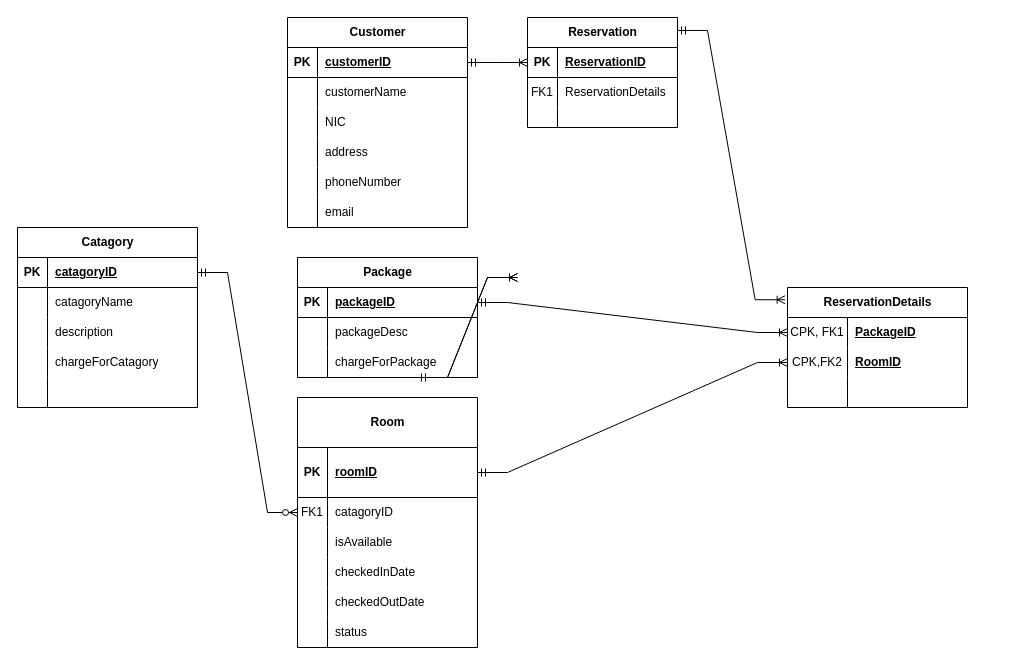
Before: relationalDataModel.drawio in ViyathAraliya/CMJD105_CourseWork02_ViyathAraliya, a draw.io diagram. Source tidied: cells renumbered, new cells numbered last; positions are measured from the earlier drawing's top-left corner, leaving out a move shared by most shapes. Both pictures are drawn from the tidied source at 100%, with x=0, y=0 at pixel (17, 17).
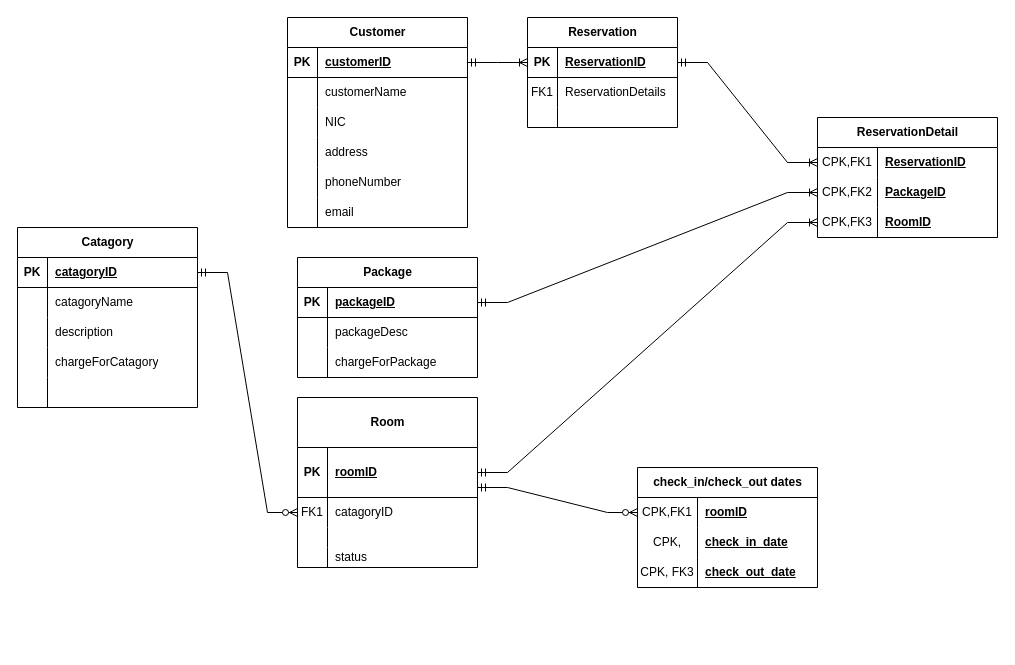
The same page after the edit.

Commit message:
changed relational data model, room has many check in and check out dates

The change refers to these unchanged cells:
```xml
<mxCell id="2" value="Reservation" style="shape=table;startSize=30;childLayout=tableLayout;rowLines=0;fontStyle=1;align=center;html=1;" parent="1" vertex="1">
  <mxGeometry x="510" width="150" height="110" as="geometry" />
</mxCell>
<mxCell id="3" style="shape=tableRow;horizontal=0;startSize=0;swimlaneHead=0;swimlaneBody=0;fillColor=none;points=[[0,0.5],[1,0.5]];portConstraint=eastwest;top=0;left=0;right=0;bottom=1;" parent="2" vertex="1">
  <mxGeometry y="30" width="150" height="30" as="geometry" />
</mxCell>
<mxCell id="48" style="shape=tableRow;horizontal=0;startSize=0;swimlaneHead=0;swimlaneBody=0;fillColor=none;points=[[0,0.5],[1,0.5]];portConstraint=eastwest;top=0;left=0;right=0;bottom=1;" parent="47" vertex="1">
  <mxGeometry y="30" width="180" height="30" as="geometry" />
</mxCell>
<mxCell id="68" style="shape=tableRow;horizontal=0;startSize=0;swimlaneHead=0;swimlaneBody=0;fillColor=none;points=[[0,0.5],[1,0.5]];portConstraint=eastwest;top=0;left=0;right=0;bottom=1;" parent="67" vertex="1">
  <mxGeometry y="50" width="180" height="50" as="geometry" />
</mxCell>
```

Change to the diagram source:
```diff
@@
-    <mxCell id="57" value="ReservationDetails" style="shape=table;startSize=30;childLayout=tableLayout;rowLines=0;fontStyle=1;align=center;html=1;" parent="1" vertex="1">
-      <mxGeometry x="770" y="270" width="180" height="120" as="geometry" />
-    </mxCell>
-    <mxCell id="58" style="shape=tableRow;horizontal=0;startSize=0;swimlaneHead=0;swimlaneBody=0;fillColor=none;points=[[0,0.5],[1,0.5]];portConstraint=eastwest;top=0;left=0;right=0;bottom=0;" parent="57" vertex="1">
-      <mxGeometry y="30" width="180" height="30" as="geometry" />
-    </mxCell>
-    <mxCell id="59" value="CPK, FK1" style="shape=partialRectangle;fillColor=none;top=0;left=0;bottom=0;right=0;overflow=hidden;whiteSpace=wrap;html=1;" parent="58" vertex="1">
-      <mxGeometry width="60" height="30" as="geometry" />
-    </mxCell>
-    <mxCell id="60" value="&lt;b&gt;&lt;u&gt;PackageID&lt;/u&gt;&lt;/b&gt;" style="shape=partialRectangle;fillColor=none;top=0;left=0;bottom=0;right=0;align=left;spacingLeft=6;overflow=hidden;whiteSpace=wrap;html=1;" parent="58" vertex="1">
-      <mxGeometry x="60" width="120" height="30" as="geometry" />
-    </mxCell>
-    <mxCell id="61" style="shape=tableRow;horizontal=0;startSize=0;swimlaneHead=0;swimlaneBody=0;fillColor=none;points=[[0,0.5],[1,0.5]];portConstraint=eastwest;top=0;left=0;right=0;bottom=0;" parent="57" vertex="1">
-      <mxGeometry y="60" width="180" height="30" as="geometry" />
-    </mxCell>
-    <mxCell id="62" value="CPK,FK2" style="shape=partialRectangle;fillColor=none;top=0;left=0;bottom=0;right=0;overflow=hidden;whiteSpace=wrap;html=1;" parent="61" vertex="1">
-      <mxGeometry width="60" height="30" as="geometry" />
-    </mxCell>
-    <mxCell id="63" value="&lt;u&gt;RoomID&lt;/u&gt;" style="shape=partialRectangle;fillColor=none;top=0;left=0;bottom=0;right=0;align=left;spacingLeft=6;overflow=hidden;whiteSpace=wrap;html=1;fontStyle=1;" parent="61" vertex="1">
-      <mxGeometry x="60" width="120" height="30" as="geometry" />
-    </mxCell>
-    <mxCell id="64" style="shape=tableRow;horizontal=0;startSize=0;swimlaneHead=0;swimlaneBody=0;fillColor=none;top=0;left=0;right=0;bottom=0;" parent="57" vertex="1">
-      <mxGeometry y="90" width="180" height="30" as="geometry" />
-    </mxCell>
-    <mxCell id="65" style="shape=partialRectangle;fillColor=none;top=0;left=0;bottom=0;right=0;overflow=hidden;whiteSpace=wrap;html=1;" parent="64" vertex="1">
-      <mxGeometry width="60" height="30" as="geometry" />
-    </mxCell>
-    <mxCell id="66" style="shape=partialRectangle;fillColor=none;top=0;left=0;bottom=0;right=0;align=left;spacingLeft=6;overflow=hidden;whiteSpace=wrap;html=1;" parent="64" vertex="1">
-      <mxGeometry x="60" width="120" height="30" as="geometry" />
-    </mxCell>
     <mxCell id="67" value="Room" style="shape=table;startSize=50;childLayout=tableLayout;rowLines=0;fontStyle=1;align=center;html=1;" parent="1" vertex="1">
-      <mxGeometry x="280" y="380" width="180" height="250" as="geometry" />
+      <mxGeometry x="280" y="380" width="180" height="170" as="geometry" />
     </mxCell>
@@
     <mxCell id="74" style="shape=tableRow;horizontal=0;startSize=0;swimlaneHead=0;swimlaneBody=0;fillColor=none;top=0;left=0;right=0;bottom=0;" parent="67" vertex="1">
-      <mxGeometry y="130" width="180" height="30" as="geometry" />
+      <mxGeometry y="130" width="180" height="20" as="geometry" />
     </mxCell>
     <mxCell id="75" style="shape=partialRectangle;fillColor=none;top=0;left=0;bottom=0;right=0;overflow=hidden;whiteSpace=wrap;html=1;" parent="74" vertex="1">
-      <mxGeometry width="30" height="30" as="geometry" />
+      <mxGeometry width="30" height="20" as="geometry" />
     </mxCell>
-    <mxCell id="76" value="isAvailable" style="shape=partialRectangle;fillColor=none;top=0;left=0;bottom=0;right=0;align=left;spacingLeft=6;overflow=hidden;whiteSpace=wrap;html=1;" parent="74" vertex="1">
-      <mxGeometry x="30" width="150" height="30" as="geometry" />
+    <mxCell id="76" style="shape=partialRectangle;fillColor=none;top=0;left=0;bottom=0;right=0;align=left;spacingLeft=6;overflow=hidden;whiteSpace=wrap;html=1;" parent="74" vertex="1">
+      <mxGeometry x="30" width="150" height="20" as="geometry" />
     </mxCell>
-    <mxCell id="77" style="shape=tableRow;horizontal=0;startSize=0;swimlaneHead=0;swimlaneBody=0;fillColor=none;top=0;left=0;right=0;bottom=0;" parent="67" vertex="1">
-      <mxGeometry y="160" width="180" height="30" as="geometry" />
-    </mxCell>
-    <mxCell id="78" style="shape=partialRectangle;fillColor=none;top=0;left=0;bottom=0;right=0;overflow=hidden;whiteSpace=wrap;html=1;" parent="77" vertex="1">
-      <mxGeometry width="30" height="30" as="geometry" />
-    </mxCell>
-    <mxCell id="79" value="checkedInDate" style="shape=partialRectangle;fillColor=none;top=0;left=0;bottom=0;right=0;align=left;spacingLeft=6;overflow=hidden;whiteSpace=wrap;html=1;" parent="77" vertex="1">
-      <mxGeometry x="30" width="150" height="30" as="geometry" />
-    </mxCell>
-    <mxCell id="80" style="shape=tableRow;horizontal=0;startSize=0;swimlaneHead=0;swimlaneBody=0;fillColor=none;top=0;left=0;right=0;bottom=0;" parent="67" vertex="1">
-      <mxGeometry y="190" width="180" height="30" as="geometry" />
-    </mxCell>
-    <mxCell id="81" style="shape=partialRectangle;fillColor=none;top=0;left=0;bottom=0;right=0;overflow=hidden;whiteSpace=wrap;html=1;" parent="80" vertex="1">
-      <mxGeometry width="30" height="30" as="geometry" />
-    </mxCell>
-    <mxCell id="82" value="checkedOutDate" style="shape=partialRectangle;fillColor=none;top=0;left=0;bottom=0;right=0;align=left;spacingLeft=6;overflow=hidden;whiteSpace=wrap;html=1;" parent="80" vertex="1">
-      <mxGeometry x="30" width="150" height="30" as="geometry" />
-    </mxCell>
     <mxCell id="83" style="shape=tableRow;horizontal=0;startSize=0;swimlaneHead=0;swimlaneBody=0;fillColor=none;top=0;left=0;right=0;bottom=0;" parent="67" vertex="1">
-      <mxGeometry y="220" width="180" height="30" as="geometry" />
+      <mxGeometry y="150" width="180" height="20" as="geometry" />
     </mxCell>
     <mxCell id="84" style="shape=partialRectangle;fillColor=none;top=0;left=0;bottom=0;right=0;overflow=hidden;whiteSpace=wrap;html=1;" parent="83" vertex="1">
-      <mxGeometry width="30" height="30" as="geometry" />
+      <mxGeometry width="30" height="20" as="geometry" />
     </mxCell>
     <mxCell id="85" value="status" style="shape=partialRectangle;fillColor=none;top=0;left=0;bottom=0;right=0;align=left;spacingLeft=6;overflow=hidden;whiteSpace=wrap;html=1;" parent="83" vertex="1">
-      <mxGeometry x="30" width="150" height="30" as="geometry" />
+      <mxGeometry x="30" width="150" height="20" as="geometry" />
     </mxCell>
@@
-    <mxCell id="87" style="edgeStyle=entityRelationEdgeStyle;fontSize=12;html=1;endArrow=ERoneToMany;startArrow=ERmandOne;rounded=0;exitX=1;exitY=0.118;exitDx=0;exitDy=0;exitPerimeter=0;entryX=-0.013;entryY=0.102;entryDx=0;entryDy=0;entryPerimeter=0;" parent="1" edge="1" source="2" target="57">
+    <mxCell id="87" style="edgeStyle=entityRelationEdgeStyle;fontSize=12;html=1;endArrow=ERoneToMany;startArrow=ERmandOne;rounded=0;exitX=1;exitY=0.5;exitDx=0;exitDy=0;entryX=0;entryY=0.5;entryDx=0;entryDy=0;" parent="1" edge="1" source="3" target="94">
       <mxGeometry relative="1" as="geometry" />
     </mxCell>
-    <mxCell id="88" style="edgeStyle=entityRelationEdgeStyle;fontSize=12;html=1;endArrow=ERoneToMany;startArrow=ERmandOne;rounded=0;exitX=1;exitY=0.5;exitDx=0;exitDy=0;entryX=0;entryY=0.5;entryDx=0;entryDy=0;" parent="1" edge="1" source="48" target="58">
+    <mxCell id="88" style="edgeStyle=entityRelationEdgeStyle;fontSize=12;html=1;endArrow=ERoneToMany;startArrow=ERmandOne;rounded=0;exitX=1;exitY=0.5;exitDx=0;exitDy=0;entryX=0;entryY=0.5;entryDx=0;entryDy=0;" parent="1" edge="1" source="48" target="97">
       <mxGeometry relative="1" as="geometry" />
     </mxCell>
-    <mxCell id="89" style="edgeStyle=entityRelationEdgeStyle;fontSize=12;html=1;endArrow=ERoneToMany;startArrow=ERmandOne;rounded=0;entryX=0;entryY=0.5;entryDx=0;entryDy=0;exitX=1;exitY=0.5;exitDx=0;exitDy=0;" parent="1" edge="1" source="68" target="61">
+    <mxCell id="89" style="edgeStyle=entityRelationEdgeStyle;fontSize=12;html=1;endArrow=ERoneToMany;startArrow=ERmandOne;rounded=0;entryX=0;entryY=0.5;entryDx=0;entryDy=0;exitX=1;exitY=0.5;exitDx=0;exitDy=0;" parent="1" edge="1" source="68" target="98">
       <mxGeometry relative="1" as="geometry" />
     </mxCell>
-    <mxCell id="90" style="edgeStyle=entityRelationEdgeStyle;fontSize=12;html=1;endArrow=ERoneToMany;startArrow=ERmandOne;rounded=0;" parent="1" edge="1">
-      <mxGeometry relative="1" as="geometry">
-        <mxPoint x="400" y="360" as="sourcePoint" />
-        <mxPoint x="500" y="260" as="targetPoint" />
-      </mxGeometry>
-    </mxCell>
-    <mxCell id="91" style="edgeStyle=entityRelationEdgeStyle;fontSize=12;html=1;endArrow=ERmany;rounded=0;" parent="1" edge="1">
-      <mxGeometry relative="1" as="geometry">
-        <mxPoint x="400" y="360" as="sourcePoint" />
-        <mxPoint x="500" y="260" as="targetPoint" />
-      </mxGeometry>
-    </mxCell>
@@
+    <mxCell id="93" value="ReservationDetail" style="shape=table;startSize=30;childLayout=tableLayout;rowLines=0;fontStyle=1;align=center;html=1;" parent="1" vertex="1">
+      <mxGeometry x="800" y="100" width="180" height="120" as="geometry" />
+    </mxCell>
+    <mxCell id="94" style="shape=tableRow;horizontal=0;startSize=0;swimlaneHead=0;swimlaneBody=0;fillColor=none;points=[[0,0.5],[1,0.5]];portConstraint=eastwest;top=0;left=0;right=0;bottom=0;" parent="93" vertex="1">
+      <mxGeometry y="30" width="180" height="30" as="geometry" />
+    </mxCell>
+    <mxCell id="95" value="CPK,FK1" style="shape=partialRectangle;fillColor=none;top=0;left=0;bottom=0;right=0;overflow=hidden;whiteSpace=wrap;html=1;" parent="94" vertex="1">
+      <mxGeometry width="60" height="30" as="geometry" />
+    </mxCell>
+    <mxCell id="96" value="&lt;b&gt;&lt;u&gt;ReservationID&lt;/u&gt;&lt;/b&gt;" style="shape=partialRectangle;fillColor=none;top=0;left=0;bottom=0;right=0;align=left;spacingLeft=6;overflow=hidden;whiteSpace=wrap;html=1;" parent="94" vertex="1">
+      <mxGeometry x="60" width="120" height="30" as="geometry" />
+    </mxCell>
+    <mxCell id="97" style="shape=tableRow;horizontal=0;startSize=0;swimlaneHead=0;swimlaneBody=0;fillColor=none;points=[[0,0.5],[1,0.5]];portConstraint=eastwest;top=0;left=0;right=0;bottom=0;" parent="93" vertex="1">
+      <mxGeometry y="60" width="180" height="30" as="geometry" />
+    </mxCell>
+    <mxCell id="62" value="CPK,FK2" style="shape=partialRectangle;fillColor=none;top=0;left=0;bottom=0;right=0;overflow=hidden;whiteSpace=wrap;html=1;" parent="97" vertex="1">
+      <mxGeometry width="60" height="30" as="geometry" />
+    </mxCell>
+    <mxCell id="60" value="&lt;b&gt;&lt;u&gt;PackageID&lt;/u&gt;&lt;/b&gt;" style="shape=partialRectangle;fillColor=none;top=0;left=0;bottom=0;right=0;align=left;spacingLeft=6;overflow=hidden;whiteSpace=wrap;html=1;" parent="97" vertex="1">
+      <mxGeometry x="60" width="120" height="30" as="geometry" />
+    </mxCell>
+    <mxCell id="98" style="shape=tableRow;horizontal=0;startSize=0;swimlaneHead=0;swimlaneBody=0;fillColor=none;points=[[0,0.5],[1,0.5]];portConstraint=eastwest;top=0;left=0;right=0;bottom=0;" parent="93" vertex="1">
+      <mxGeometry y="90" width="180" height="30" as="geometry" />
+    </mxCell>
+    <mxCell id="99" value="CPK,FK3" style="shape=partialRectangle;fillColor=none;top=0;left=0;bottom=0;right=0;overflow=hidden;whiteSpace=wrap;html=1;" parent="98" vertex="1">
+      <mxGeometry width="60" height="30" as="geometry" />
+    </mxCell>
+    <mxCell id="63" value="&lt;b&gt;&lt;u&gt;RoomID&lt;/u&gt;&lt;/b&gt;" style="shape=partialRectangle;fillColor=none;top=0;left=0;bottom=0;right=0;align=left;spacingLeft=6;overflow=hidden;whiteSpace=wrap;html=1;" parent="98" vertex="1">
+      <mxGeometry x="60" width="120" height="30" as="geometry" />
+    </mxCell>
+    <mxCell id="100" value="check_in/check_out dates" style="shape=table;startSize=30;childLayout=tableLayout;rowLines=0;fontStyle=1;align=center;html=1;" parent="1" vertex="1">
+      <mxGeometry x="620" y="450" width="180" height="120" as="geometry" />
+    </mxCell>
+    <mxCell id="101" style="shape=tableRow;horizontal=0;startSize=0;swimlaneHead=0;swimlaneBody=0;fillColor=none;points=[[0,0.5],[1,0.5]];portConstraint=eastwest;top=0;left=0;right=0;bottom=0;" parent="100" vertex="1">
+      <mxGeometry y="30" width="180" height="30" as="geometry" />
+    </mxCell>
+    <mxCell id="102" value="CPK,FK1" style="shape=partialRectangle;fillColor=none;top=0;left=0;bottom=0;right=0;overflow=hidden;whiteSpace=wrap;html=1;" parent="101" vertex="1">
+      <mxGeometry width="60" height="30" as="geometry" />
+    </mxCell>
+    <mxCell id="103" value="&lt;u&gt;&lt;b&gt;roomID&lt;/b&gt;&lt;/u&gt;" style="shape=partialRectangle;fillColor=none;top=0;left=0;bottom=0;right=0;align=left;spacingLeft=6;overflow=hidden;whiteSpace=wrap;html=1;" parent="101" vertex="1">
+      <mxGeometry x="60" width="120" height="30" as="geometry" />
+    </mxCell>
+    <mxCell id="104" style="shape=tableRow;horizontal=0;startSize=0;swimlaneHead=0;swimlaneBody=0;fillColor=none;top=0;left=0;right=0;bottom=0;" parent="100" vertex="1">
+      <mxGeometry y="60" width="180" height="30" as="geometry" />
+    </mxCell>
+    <mxCell id="105" value="CPK," style="shape=partialRectangle;fillColor=none;top=0;left=0;bottom=0;right=0;overflow=hidden;whiteSpace=wrap;html=1;" parent="104" vertex="1">
+      <mxGeometry width="60" height="30" as="geometry" />
+    </mxCell>
+    <mxCell id="106" value="&lt;b&gt;&lt;u&gt;check_in_date&lt;/u&gt;&lt;/b&gt;" style="shape=partialRectangle;fillColor=none;top=0;left=0;bottom=0;right=0;align=left;spacingLeft=6;overflow=hidden;whiteSpace=wrap;html=1;" parent="104" vertex="1">
+      <mxGeometry x="60" width="120" height="30" as="geometry" />
+    </mxCell>
+    <mxCell id="107" style="shape=tableRow;horizontal=0;startSize=0;swimlaneHead=0;swimlaneBody=0;fillColor=none;top=0;left=0;right=0;bottom=0;" parent="100" vertex="1">
+      <mxGeometry y="90" width="180" height="30" as="geometry" />
+    </mxCell>
+    <mxCell id="108" value="CPK, FK3" style="shape=partialRectangle;fillColor=none;top=0;left=0;bottom=0;right=0;overflow=hidden;whiteSpace=wrap;html=1;" parent="107" vertex="1">
+      <mxGeometry width="60" height="30" as="geometry" />
+    </mxCell>
+    <mxCell id="109" value="&lt;u&gt;&lt;b&gt;check_out_date&lt;/b&gt;&lt;/u&gt;" style="shape=partialRectangle;fillColor=none;top=0;left=0;bottom=0;right=0;align=left;spacingLeft=6;overflow=hidden;whiteSpace=wrap;html=1;" parent="107" vertex="1">
+      <mxGeometry x="60" width="120" height="30" as="geometry" />
+    </mxCell>
+    <mxCell id="110" style="edgeStyle=entityRelationEdgeStyle;fontSize=12;html=1;endArrow=ERzeroToMany;startArrow=ERmandOne;rounded=0;entryX=0;entryY=0.5;entryDx=0;entryDy=0;" parent="1" edge="1" target="101">
+      <mxGeometry relative="1" as="geometry">
+        <mxPoint x="460" y="470" as="sourcePoint" />
+      </mxGeometry>
+    </mxCell>
```
